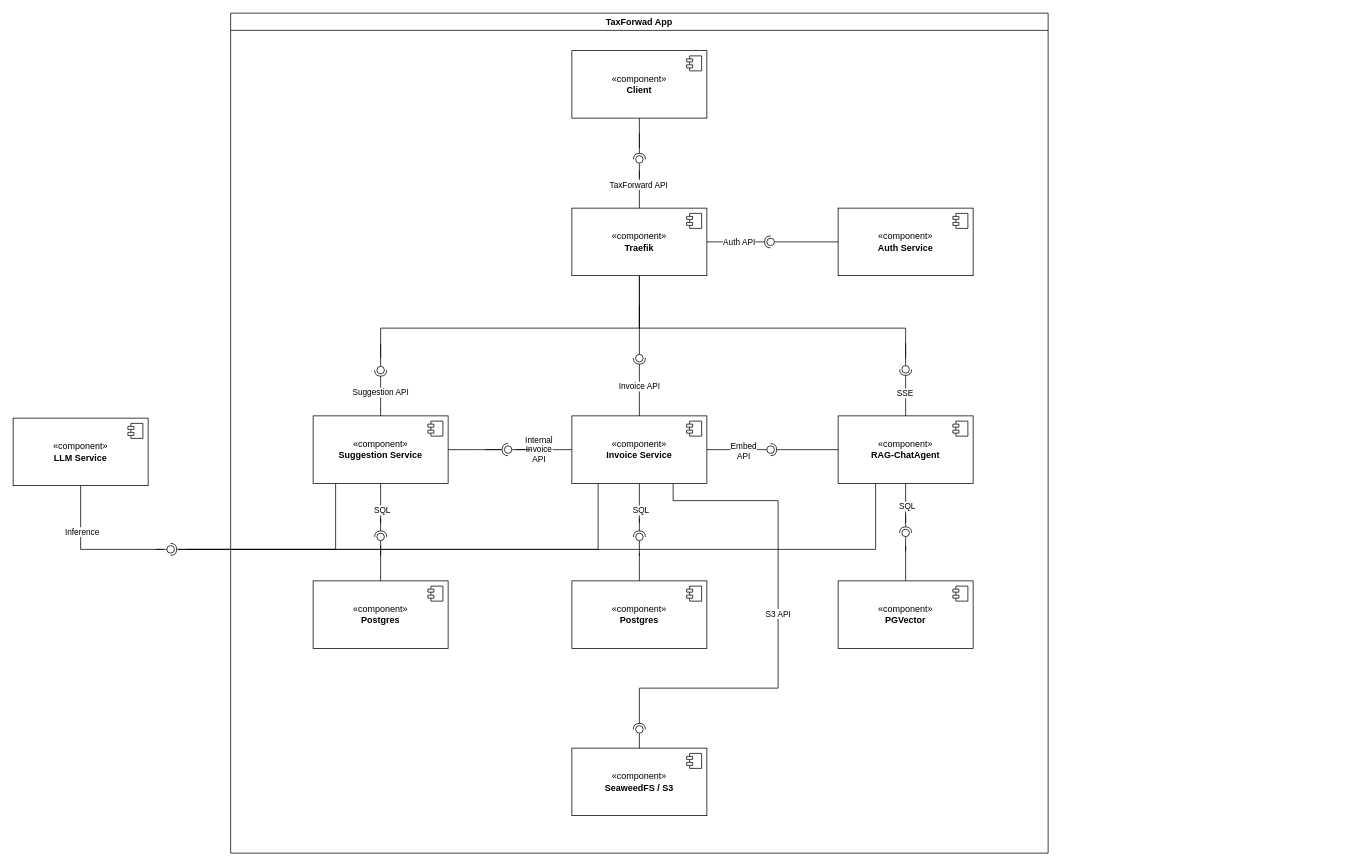
AET-DevOps26/team-lot-of-opps keeps this draw.io diagram as docs/architecture-diagram.drawio. Above is the earlier version. Source tidied: cells renumbered, new cells numbered last; positions are measured from the earlier drawing's top-left corner, leaving out a move shared by most shapes. Both pictures are drawn from the tidied source at 75%, with x=0, y=0 at pixel (13, 13).
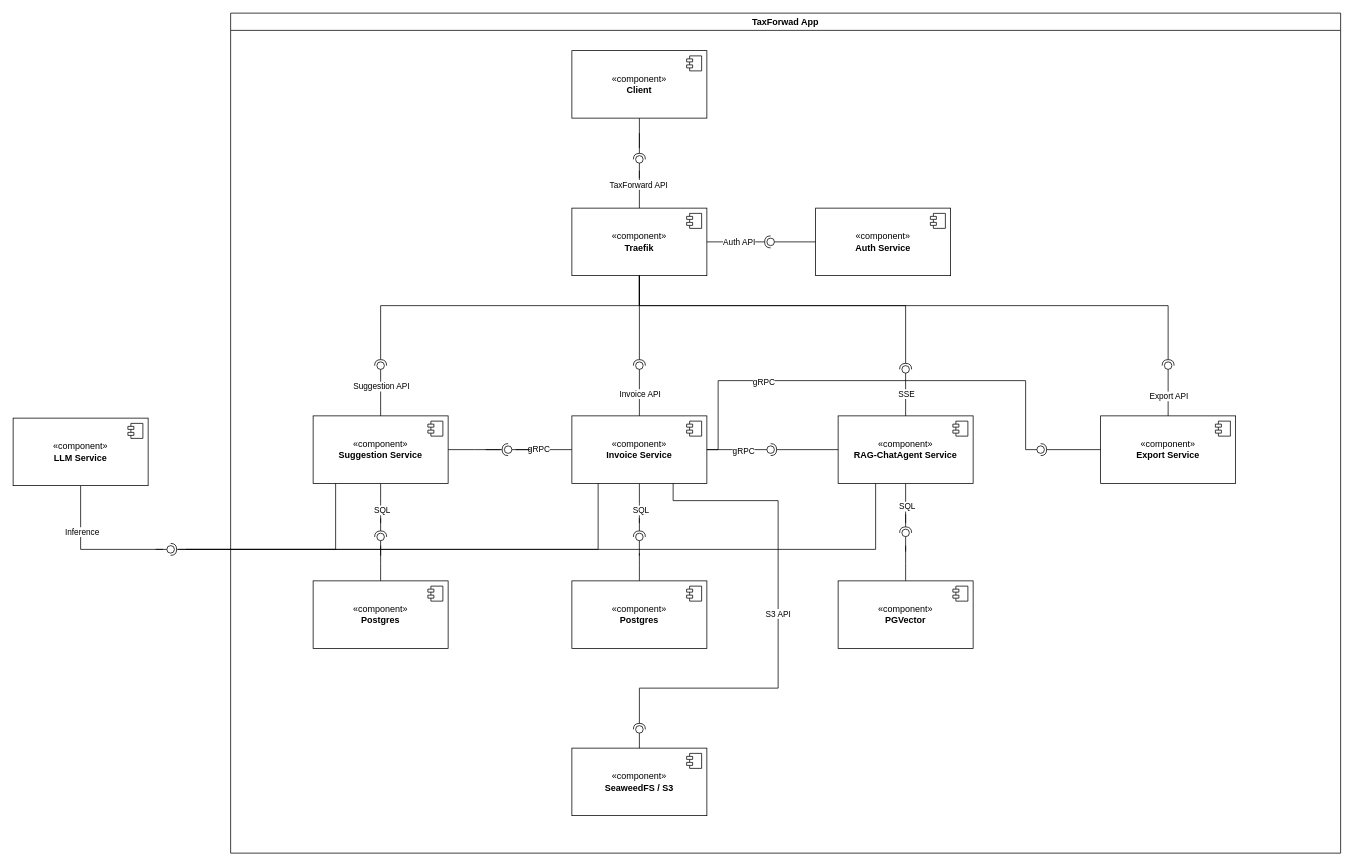
The same page after the edit.

Commit message (it also covers changes not shown here):
feat: update architecture diagramm with grpc and export service

Unchanged cells that the change refers to:
```xml
<mxCell id="5" value="&lt;div&gt;«component»&lt;/div&gt;&lt;div&gt;&lt;b&gt;Suggestion Service&lt;/b&gt;&lt;/div&gt;" style="html=1;whiteSpace=wrap;" parent="2" vertex="1">
  <mxGeometry x="110" y="537" width="180" height="90" as="geometry" />
</mxCell>
<mxCell id="10" style="edgeStyle=orthogonalEdgeStyle;rounded=0;jettySize=auto;html=1;endArrow=none;endFill=0;" parent="2" edge="1" source="13">
  <mxGeometry relative="1" as="geometry">
    <mxPoint x="380" y="582" as="targetPoint" />
  </mxGeometry>
</mxCell>
<mxCell id="13" value="&lt;div&gt;«component»&lt;/div&gt;&lt;div&gt;&lt;b&gt;Invoice Service&lt;/b&gt;&lt;/div&gt;" style="html=1;whiteSpace=wrap;" parent="2" vertex="1">
  <mxGeometry x="455" y="537" width="180" height="90" as="geometry" />
</mxCell>
<mxCell id="32" value="&lt;div&gt;«component»&lt;/div&gt;&lt;div&gt;&lt;b&gt;Traefik&lt;/b&gt;&lt;/div&gt;" style="html=1;whiteSpace=wrap;" parent="2" vertex="1">
  <mxGeometry x="455" y="260" width="180" height="90" as="geometry" />
</mxCell>
<mxCell id="45" style="ellipse;whiteSpace=wrap;html=1;align=center;fillColor=none;strokeColor=none;perimeter=centerPerimeter;points=[];outlineConnect=1;" parent="2" vertex="1">
  <mxGeometry x="895" y="470" width="10" height="10" as="geometry" />
</mxCell>
<mxCell id="69" style="rounded=0;jettySize=auto;html=1;endArrow=oval;endFill=0;sketch=0;sourcePerimeterSpacing=0;targetPerimeterSpacing=0;endSize=10;exitX=1;exitY=0.5;exitDx=0;exitDy=0;" parent="2" edge="1" source="13" target="71">
  <mxGeometry relative="1" as="geometry" />
</mxCell>
```

Diff of the diagram source:
```diff
@@
     <mxCell id="2" value="TaxForwad App" style="swimlane;whiteSpace=wrap;html=1;" parent="1" vertex="1">
-      <mxGeometry x="290" width="1090" height="1120" as="geometry" />
+      <mxGeometry x="290" width="1480" height="1120" as="geometry" />
     </mxCell>
@@
-    <mxCell id="11" value="Internal&lt;br&gt;&lt;div&gt;Invoice&lt;/div&gt;&lt;div&gt;API&lt;/div&gt;" style="edgeLabel;html=1;align=center;verticalAlign=middle;" parent="10" vertex="1">
+    <mxCell id="11" value="gRPC" style="edgeLabel;html=1;align=center;verticalAlign=middle;" parent="10" vertex="1">
       <mxGeometry x="0.19" y="-1" relative="1" as="geometry" />
     </mxCell>
@@
-    <mxCell id="15" style="edgeStyle=orthogonalEdgeStyle;rounded=0;jettySize=auto;html=1;endArrow=none;endFill=0;" parent="2" edge="1" source="18">
-      <mxGeometry relative="1" as="geometry">
-        <mxPoint x="900" y="500" as="targetPoint" />
-      </mxGeometry>
-    </mxCell>
-    <mxCell id="16" value="SSE" style="edgeLabel;html=1;align=center;verticalAlign=middle;" parent="15" vertex="1">
-      <mxGeometry x="0.63" y="2" relative="1" as="geometry" />
-    </mxCell>
@@
-    <mxCell id="18" value="&lt;div&gt;«component»&lt;/div&gt;&lt;div&gt;&lt;b&gt;RAG-ChatAgent&lt;/b&gt;&lt;/div&gt;" style="html=1;whiteSpace=wrap;" parent="2" vertex="1">
+    <mxCell id="18" value="&lt;div&gt;«component»&lt;/div&gt;&lt;div&gt;&lt;b&gt;RAG-ChatAgent Service&lt;/b&gt;&lt;/div&gt;" style="html=1;whiteSpace=wrap;" parent="2" vertex="1">
       <mxGeometry x="810" y="537" width="180" height="90" as="geometry" />
     </mxCell>
@@
-    <mxCell id="29" style="edgeStyle=orthogonalEdgeStyle;rounded=0;jettySize=auto;html=1;endArrow=none;endFill=0;" parent="2" edge="1" source="32">
-      <mxGeometry relative="1" as="geometry">
-        <mxPoint x="200" y="460" as="targetPoint" />
-        <Array as="points">
-          <mxPoint x="545" y="420" />
-          <mxPoint x="200" y="420" />
-        </Array>
-      </mxGeometry>
-    </mxCell>
@@
     <mxCell id="34" value="&lt;div&gt;«component»&lt;/div&gt;&lt;div&gt;&lt;b&gt;Auth Service&lt;/b&gt;&lt;/div&gt;" style="html=1;whiteSpace=wrap;" parent="2" vertex="1">
-      <mxGeometry x="810" y="260" width="180" height="90" as="geometry" />
+      <mxGeometry x="780" y="260" width="180" height="90" as="geometry" />
     </mxCell>
@@
-    <mxCell id="39" value="Invoice API" style="rounded=0;jettySize=auto;html=1;endArrow=halfCircle;endFill=0;endSize=6;strokeWidth=1;sketch=0;exitX=0.5;exitY=0;exitDx=0;exitDy=0;" parent="2" edge="1" source="13">
-      <mxGeometry relative="1" as="geometry">
-        <mxPoint x="545" y="460" as="targetPoint" />
-      </mxGeometry>
-    </mxCell>
-    <mxCell id="40" style="rounded=0;orthogonalLoop=1;jettySize=auto;html=1;endArrow=oval;endFill=0;sketch=0;sourcePerimeterSpacing=0;targetPerimeterSpacing=0;endSize=10;exitX=0.5;exitY=1;exitDx=0;exitDy=0;" parent="2" edge="1">
-      <mxGeometry relative="1" as="geometry">
-        <mxPoint x="545" y="390" as="sourcePoint" />
-        <mxPoint x="545" y="460" as="targetPoint" />
-      </mxGeometry>
-    </mxCell>
-    <mxCell id="41" value="&lt;div&gt;&lt;br&gt;&lt;/div&gt;" style="edgeLabel;html=1;align=center;verticalAlign=middle;" parent="40" vertex="1">
-      <mxGeometry x="0.25" relative="1" as="geometry" />
-    </mxCell>
@@
-    <mxCell id="43" style="rounded=0;jettySize=auto;html=1;endArrow=halfCircle;endFill=0;endSize=6;strokeWidth=1;sketch=0;" parent="2" edge="1" target="45">
+    <mxCell id="43" style="rounded=0;jettySize=auto;html=1;endArrow=halfCircle;endFill=0;endSize=6;strokeWidth=1;sketch=0;exitX=0.5;exitY=1;exitDx=0;exitDy=0;edgeStyle=orthogonalEdgeStyle;" parent="2" edge="1" source="32" target="45">
       <mxGeometry relative="1" as="geometry">
-        <mxPoint x="900" y="500" as="sourcePoint" />
+        <Array as="points">
+          <mxPoint x="545" y="390" />
+          <mxPoint x="900" y="390" />
+        </Array>
       </mxGeometry>
     </mxCell>
-    <mxCell id="44" style="rounded=0;jettySize=auto;html=1;endArrow=oval;endFill=0;sketch=0;sourcePerimeterSpacing=0;targetPerimeterSpacing=0;endSize=10;" parent="2" edge="1" target="45">
-      <mxGeometry relative="1" as="geometry">
-        <mxPoint x="900" y="440" as="sourcePoint" />
-      </mxGeometry>
+    <mxCell id="44" style="rounded=0;jettySize=auto;html=1;endArrow=oval;endFill=0;sketch=0;sourcePerimeterSpacing=0;targetPerimeterSpacing=0;endSize=10;exitX=0.5;exitY=0;exitDx=0;exitDy=0;" parent="2" edge="1" source="18" target="45">
+      <mxGeometry relative="1" as="geometry" />
     </mxCell>
+    <mxCell id="16" value="SSE" style="edgeLabel;html=1;align=center;verticalAlign=middle;" parent="44" vertex="1">
+      <mxGeometry x="-0.02" relative="1" as="geometry" />
+    </mxCell>
@@
-    <mxCell id="46" style="edgeStyle=orthogonalEdgeStyle;rounded=0;jettySize=auto;html=1;endArrow=none;endFill=0;" parent="2" edge="1" source="32">
-      <mxGeometry relative="1" as="geometry">
-        <mxPoint x="900" y="460" as="targetPoint" />
-        <Array as="points">
-          <mxPoint x="545" y="420" />
-          <mxPoint x="900" y="420" />
-        </Array>
-      </mxGeometry>
-    </mxCell>
-    <mxCell id="47" value="Suggestion API" style="rounded=0;jettySize=auto;html=1;endArrow=halfCircle;endFill=0;endSize=6;strokeWidth=1;sketch=0;exitX=0.5;exitY=0;exitDx=0;exitDy=0;" parent="2" edge="1" source="5" target="49">
-      <mxGeometry relative="1" as="geometry" />
-    </mxCell>
-    <mxCell id="48" style="rounded=0;jettySize=auto;html=1;endArrow=oval;endFill=0;sketch=0;sourcePerimeterSpacing=0;targetPerimeterSpacing=0;endSize=10;" parent="2" edge="1" target="49">
-      <mxGeometry relative="1" as="geometry">
-        <mxPoint x="200" y="441" as="sourcePoint" />
-      </mxGeometry>
-    </mxCell>
-    <mxCell id="49" style="ellipse;whiteSpace=wrap;html=1;align=center;fillColor=none;strokeColor=none;perimeter=centerPerimeter;points=[];outlineConnect=1;" parent="2" vertex="1">
-      <mxGeometry x="195" y="471" width="10" height="10" as="geometry" />
-    </mxCell>
@@
-    <mxCell id="70" value="Embed&lt;br&gt;API" style="edgeLabel;html=1;align=center;verticalAlign=middle;" parent="69" vertex="1">
+    <mxCell id="70" value="gRPC" style="edgeLabel;html=1;align=center;verticalAlign=middle;" parent="69" vertex="1">
       <mxGeometry x="0.14" y="-1" relative="1" as="geometry" />
     </mxCell>
@@
+    <mxCell id="88" value="&lt;div&gt;«component»&lt;/div&gt;&lt;div&gt;&lt;b&gt;Export Service&lt;/b&gt;&lt;/div&gt;" style="html=1;whiteSpace=wrap;" parent="2" vertex="1">
+      <mxGeometry x="1160" y="537" width="180" height="90" as="geometry" />
+    </mxCell>
+    <mxCell id="89" style="shape=module;jettyWidth=8;jettyHeight=4;" parent="88" vertex="1">
+      <mxGeometry x="1" width="20" height="20" relative="1" as="geometry">
+        <mxPoint x="-27" y="7" as="offset" />
+      </mxGeometry>
+    </mxCell>
+    <mxCell id="90" style="rounded=0;jettySize=auto;html=1;endArrow=halfCircle;endFill=0;endSize=6;strokeWidth=1;sketch=0;exitX=0.5;exitY=1;exitDx=0;exitDy=0;edgeStyle=orthogonalEdgeStyle;" parent="2" edge="1" source="32">
+      <mxGeometry relative="1" as="geometry">
+        <mxPoint x="200" y="470" as="targetPoint" />
+        <Array as="points">
+          <mxPoint x="545" y="390" />
+          <mxPoint x="200" y="390" />
+        </Array>
+      </mxGeometry>
+    </mxCell>
+    <mxCell id="91" style="rounded=0;jettySize=auto;html=1;endArrow=oval;endFill=0;sketch=0;sourcePerimeterSpacing=0;targetPerimeterSpacing=0;endSize=10;exitX=0.5;exitY=0;exitDx=0;exitDy=0;" parent="2" edge="1" source="5">
+      <mxGeometry relative="1" as="geometry">
+        <mxPoint x="200" y="470" as="targetPoint" />
+      </mxGeometry>
+    </mxCell>
+    <mxCell id="47" value="Suggestion API" style="edgeLabel;html=1;align=center;verticalAlign=middle;" parent="91" vertex="1">
+      <mxGeometry x="0.18" relative="1" as="geometry" />
+    </mxCell>
+    <mxCell id="92" style="ellipse;whiteSpace=wrap;html=1;align=center;fillColor=none;strokeColor=none;perimeter=centerPerimeter;" parent="2" vertex="1">
+      <mxGeometry x="195" y="430" width="10" height="10" as="geometry" />
+    </mxCell>
+    <mxCell id="93" style="ellipse;whiteSpace=wrap;html=1;align=center;fillColor=none;strokeColor=none;perimeter=centerPerimeter;points=[];outlineConnect=1;" parent="2" vertex="1">
+      <mxGeometry x="1245" y="465" width="10" height="10" as="geometry" />
+    </mxCell>
+    <mxCell id="94" style="rounded=0;jettySize=auto;html=1;endArrow=oval;endFill=0;sketch=0;sourcePerimeterSpacing=0;targetPerimeterSpacing=0;endSize=10;exitX=0.5;exitY=0;exitDx=0;exitDy=0;" parent="2" edge="1" source="88" target="93">
+      <mxGeometry relative="1" as="geometry" />
+    </mxCell>
+    <mxCell id="95" value="Export API" style="edgeLabel;html=1;align=center;verticalAlign=middle;" parent="94" vertex="1">
+      <mxGeometry x="-0.19" relative="1" as="geometry" />
+    </mxCell>
+    <mxCell id="96" style="rounded=0;jettySize=auto;html=1;endArrow=halfCircle;endFill=0;endSize=6;strokeWidth=1;sketch=0;exitX=0;exitY=0.5;exitDx=0;exitDy=0;" parent="2" edge="1" source="88" target="99">
+      <mxGeometry relative="1" as="geometry" />
+    </mxCell>
+    <mxCell id="97" style="rounded=0;jettySize=auto;html=1;endArrow=oval;endFill=0;sketch=0;sourcePerimeterSpacing=0;targetPerimeterSpacing=0;endSize=10;edgeStyle=orthogonalEdgeStyle;" parent="2" edge="1" source="13" target="99">
+      <mxGeometry relative="1" as="geometry">
+        <Array as="points">
+          <mxPoint x="650" y="582" />
+          <mxPoint x="650" y="490" />
+          <mxPoint x="1060" y="490" />
+          <mxPoint x="1060" y="582" />
+        </Array>
+      </mxGeometry>
+    </mxCell>
+    <mxCell id="98" value="gRPC" style="edgeLabel;html=1;align=center;verticalAlign=middle;" parent="97" vertex="1">
+      <mxGeometry x="-0.47" y="-1" relative="1" as="geometry" />
+    </mxCell>
+    <mxCell id="99" style="ellipse;whiteSpace=wrap;html=1;align=center;fillColor=none;strokeColor=none;perimeter=centerPerimeter;points=[];outlineConnect=1;" parent="2" vertex="1">
+      <mxGeometry x="1075" y="577" width="10" height="10" as="geometry" />
+    </mxCell>
@@
+    <mxCell id="100" style="rounded=0;jettySize=auto;html=1;endArrow=halfCircle;endFill=0;endSize=6;strokeWidth=1;sketch=0;exitX=0.5;exitY=1;exitDx=0;exitDy=0;" parent="1" edge="1" source="32">
+      <mxGeometry relative="1" as="geometry">
+        <mxPoint x="835" y="470" as="targetPoint" />
+      </mxGeometry>
+    </mxCell>
+    <mxCell id="101" style="rounded=0;jettySize=auto;html=1;endArrow=oval;endFill=0;sketch=0;sourcePerimeterSpacing=0;targetPerimeterSpacing=0;endSize=10;exitX=0.5;exitY=0;exitDx=0;exitDy=0;" parent="1" edge="1" source="13">
+      <mxGeometry relative="1" as="geometry">
+        <mxPoint x="835" y="470" as="targetPoint" />
+      </mxGeometry>
+    </mxCell>
+    <mxCell id="39" value="Invoice API" style="edgeLabel;html=1;align=center;verticalAlign=middle;" parent="101" vertex="1">
+      <mxGeometry x="-0.09" relative="1" as="geometry" />
+    </mxCell>
+    <mxCell id="102" style="ellipse;whiteSpace=wrap;html=1;align=center;fillColor=none;strokeColor=none;perimeter=centerPerimeter;" parent="1" vertex="1">
+      <mxGeometry x="735" y="430" width="10" height="10" as="geometry" />
+    </mxCell>
+    <mxCell id="103" style="rounded=0;jettySize=auto;html=1;endArrow=halfCircle;endFill=0;endSize=6;strokeWidth=1;sketch=0;exitX=0.5;exitY=1;exitDx=0;exitDy=0;edgeStyle=orthogonalEdgeStyle;" parent="1" edge="1" source="32">
+      <mxGeometry relative="1" as="geometry">
+        <mxPoint x="1540" y="470" as="targetPoint" />
+        <Array as="points">
+          <mxPoint x="835" y="390" />
+          <mxPoint x="1540" y="390" />
+        </Array>
+      </mxGeometry>
+    </mxCell>
```
